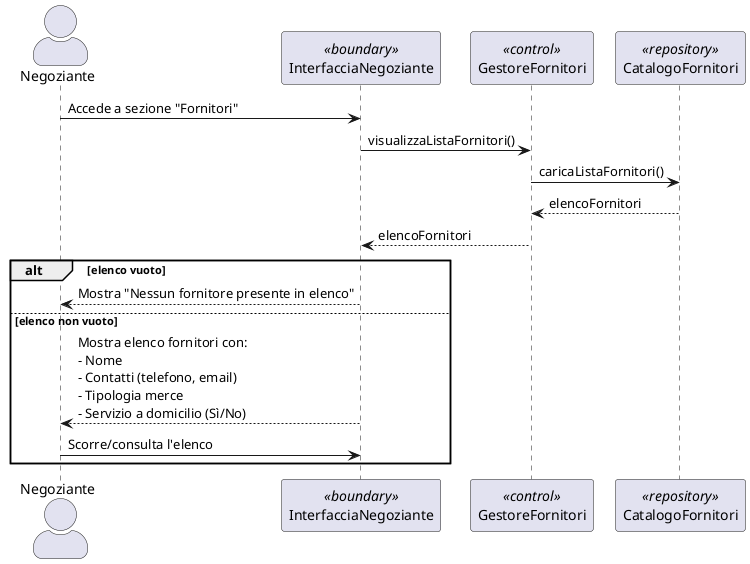
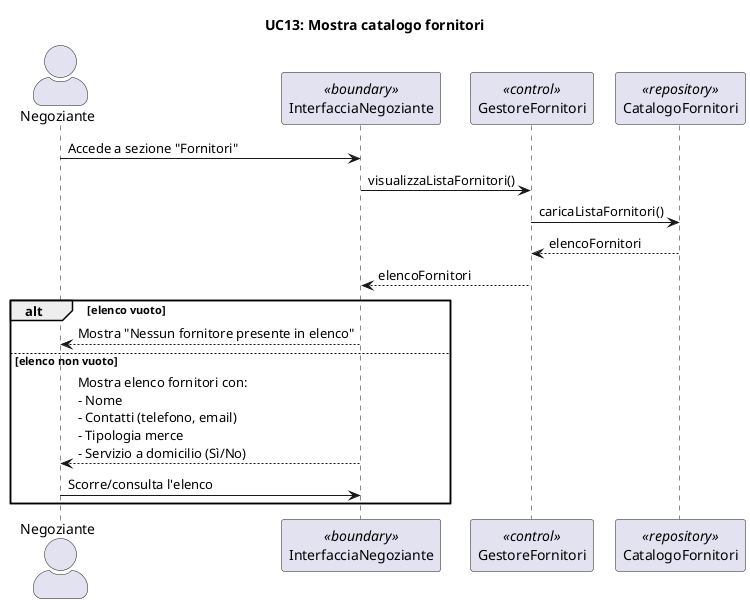
@startuml
+ title UC13: Mostra catalogo fornitori
skinparam actorStyle awesome

actor "Negoziante" as N
participant "InterfacciaNegoziante" as IN <<boundary>>
participant "GestoreFornitori" as G <<control>>
participant "CatalogoFornitori" as CF <<repository>>

N -> IN: Accede a sezione "Fornitori"
IN -> G: visualizzaListaFornitori()
G -> CF: caricaListaFornitori()
CF --> G: elencoFornitori
G --> IN: elencoFornitori

alt elenco vuoto
    IN --> N: Mostra "Nessun fornitore presente in elenco"

else elenco non vuoto
    IN --> N: Mostra elenco fornitori con:\n- Nome\n- Contatti (telefono, email)\n- Tipologia merce\n- Servizio a domicilio (Sì/No)
    N -> IN: Scorre/consulta l'elenco
end

@enduml